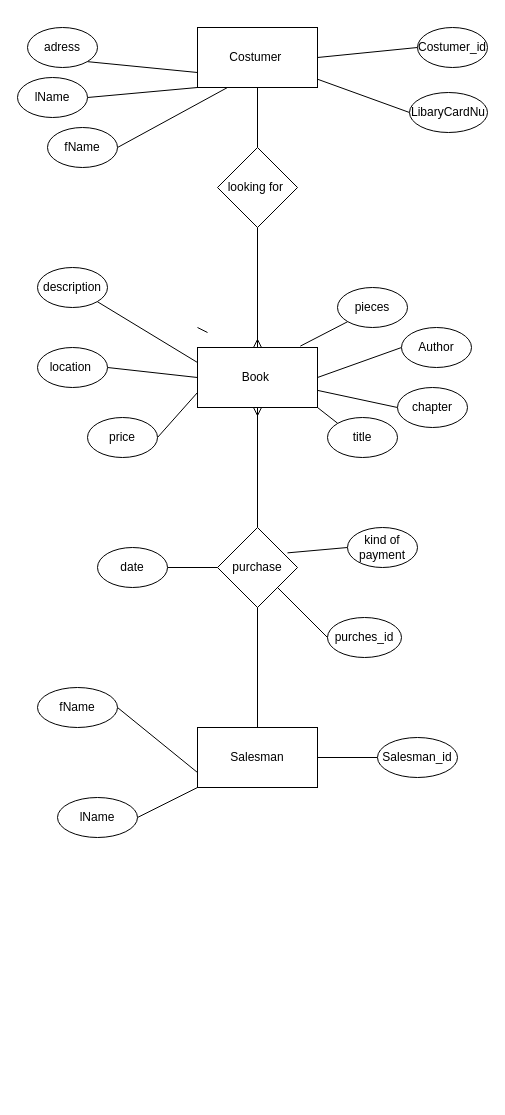
Above: Ex1.drawio in Adipe92/BE-Database-Day1 (draw.io), before the change. Source tidied: cells renumbered, new cells numbered last; positions are measured from the earlier drawing's top-left corner, leaving out a move shared by most shapes. Both pictures are drawn from the tidied source at 100%, with x=0, y=0 at pixel (17, 27).
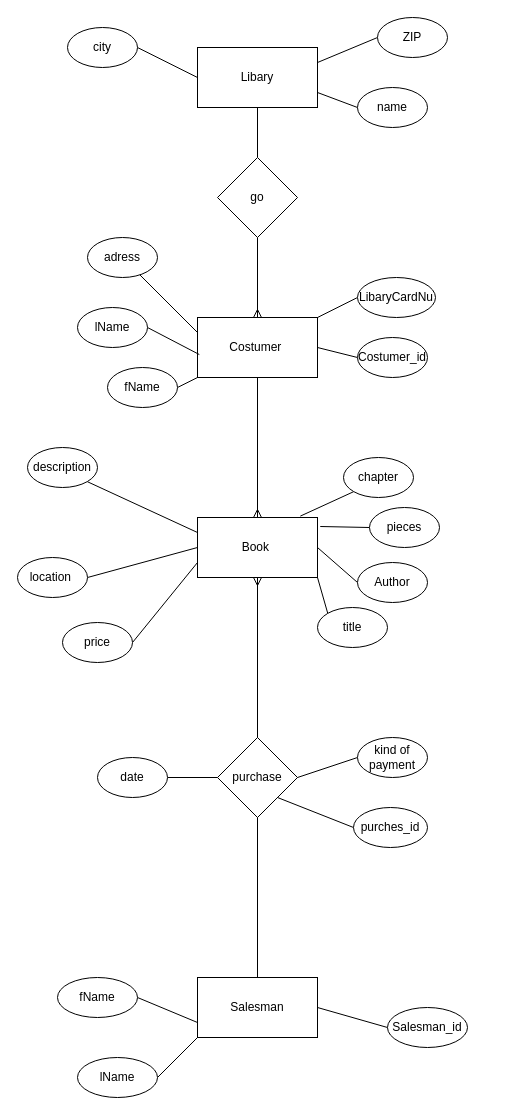
The same page after the edit.

Change to the diagram source:
```diff
@@
-    <mxCell id="3" style="edgeStyle=none;html=1;endArrow=none;endFill=0;" parent="1" edge="1">
-      <mxGeometry relative="1" as="geometry">
-        <mxPoint x="190" y="305" as="sourcePoint" />
-        <mxPoint x="180" y="300" as="targetPoint" />
-      </mxGeometry>
-    </mxCell>
     <mxCell id="4" value="Book&amp;nbsp;" style="rounded=0;whiteSpace=wrap;html=1;" parent="1" vertex="1">
-      <mxGeometry x="180" y="320" width="120" height="60" as="geometry" />
+      <mxGeometry x="180" y="490" width="120" height="60" as="geometry" />
     </mxCell>
-    <mxCell id="5" style="edgeStyle=none;html=1;exitX=0.5;exitY=1;exitDx=0;exitDy=0;entryX=0.5;entryY=0;entryDx=0;entryDy=0;endArrow=none;endFill=0;" parent="1" edge="1" source="6" target="10">
-      <mxGeometry relative="1" as="geometry" />
-    </mxCell>
+    <mxCell id="50" style="edgeStyle=none;html=1;exitX=0;exitY=0.25;exitDx=0;exitDy=0;startArrow=none;startFill=0;endArrow=none;endFill=0;" parent="1" edge="1" source="6" target="19">
+      <mxGeometry relative="1" as="geometry" />
+    </mxCell>
+    <mxCell id="51" style="edgeStyle=none;html=1;exitX=0.5;exitY=1;exitDx=0;exitDy=0;entryX=0.5;entryY=0;entryDx=0;entryDy=0;startArrow=none;startFill=0;endArrow=ERmany;endFill=0;" parent="1" edge="1" source="6" target="4">
+      <mxGeometry relative="1" as="geometry" />
+    </mxCell>
     <mxCell id="6" value="Costumer&amp;nbsp;" style="rounded=0;whiteSpace=wrap;html=1;" parent="1" vertex="1">
-      <mxGeometry x="180" width="120" height="60" as="geometry" />
+      <mxGeometry x="180" y="290" width="120" height="60" as="geometry" />
     </mxCell>
@@
     <mxCell id="8" value="Salesman" style="rounded=0;whiteSpace=wrap;html=1;" parent="1" vertex="1">
-      <mxGeometry x="180" y="700" width="120" height="60" as="geometry" />
+      <mxGeometry x="180" y="950" width="120" height="60" as="geometry" />
     </mxCell>
-    <mxCell id="9" style="edgeStyle=none;html=1;exitX=0.5;exitY=1;exitDx=0;exitDy=0;endArrow=ERmany;endFill=0;" parent="1" edge="1" source="10" target="4">
-      <mxGeometry relative="1" as="geometry" />
-    </mxCell>
-    <mxCell id="10" value="looking for&amp;nbsp;" style="rhombus;whiteSpace=wrap;html=1;" parent="1" vertex="1">
-      <mxGeometry x="200" y="120" width="80" height="80" as="geometry" />
-    </mxCell>
     <mxCell id="11" style="edgeStyle=none;html=1;exitX=0.5;exitY=1;exitDx=0;exitDy=0;endArrow=none;endFill=0;" parent="1" edge="1" source="12">
       <mxGeometry relative="1" as="geometry">
         <mxPoint x="240" y="570" as="targetPoint" />
+        <Array as="points">
+          <mxPoint x="240" y="560" />
+        </Array>
       </mxGeometry>
     </mxCell>
     <mxCell id="12" value="purchase" style="rhombus;whiteSpace=wrap;html=1;" parent="1" vertex="1">
-      <mxGeometry x="200" y="500" width="80" height="80" as="geometry" />
+      <mxGeometry x="200" y="710" width="80" height="80" as="geometry" />
     </mxCell>
@@
     <mxCell id="14" value="Costumer_id" style="ellipse;whiteSpace=wrap;html=1;" parent="1" vertex="1">
-      <mxGeometry x="400" width="70" height="40" as="geometry" />
+      <mxGeometry x="340" y="310" width="70" height="40" as="geometry" />
     </mxCell>
@@
     <mxCell id="16" value="LibaryCardNu" style="ellipse;whiteSpace=wrap;html=1;" parent="1" vertex="1">
-      <mxGeometry x="392" y="65" width="78" height="40" as="geometry" />
+      <mxGeometry x="340" y="250" width="78" height="40" as="geometry" />
     </mxCell>
@@
-    <mxCell id="18" style="edgeStyle=none;html=1;exitX=1;exitY=1;exitDx=0;exitDy=0;entryX=0;entryY=0.75;entryDx=0;entryDy=0;endArrow=none;endFill=0;" parent="1" edge="1" source="19" target="6">
-      <mxGeometry relative="1" as="geometry" />
-    </mxCell>
     <mxCell id="19" value="adress" style="ellipse;whiteSpace=wrap;html=1;" parent="1" vertex="1">
-      <mxGeometry x="10" width="70" height="40" as="geometry" />
+      <mxGeometry x="70" y="210" width="70" height="40" as="geometry" />
     </mxCell>
@@
     <mxCell id="21" value="Author" style="ellipse;whiteSpace=wrap;html=1;" parent="1" vertex="1">
-      <mxGeometry x="384" y="300" width="70" height="40" as="geometry" />
+      <mxGeometry x="340" y="535" width="70" height="40" as="geometry" />
     </mxCell>
-    <mxCell id="22" style="edgeStyle=none;html=1;exitX=0;exitY=0.5;exitDx=0;exitDy=0;endArrow=none;endFill=0;" parent="1" edge="1" source="23" target="4">
-      <mxGeometry relative="1" as="geometry" />
-    </mxCell>
-    <mxCell id="23" value="chapter" style="ellipse;whiteSpace=wrap;html=1;" parent="1" vertex="1">
-      <mxGeometry x="380" y="360" width="70" height="40" as="geometry" />
-    </mxCell>
@@
     <mxCell id="25" value="price" style="ellipse;whiteSpace=wrap;html=1;" parent="1" vertex="1">
-      <mxGeometry x="70" y="390" width="70" height="40" as="geometry" />
+      <mxGeometry x="45" y="595" width="70" height="40" as="geometry" />
     </mxCell>
@@
     <mxCell id="27" value="location&amp;nbsp;" style="ellipse;whiteSpace=wrap;html=1;" parent="1" vertex="1">
-      <mxGeometry x="20" y="320" width="70" height="40" as="geometry" />
+      <mxGeometry y="530" width="70" height="40" as="geometry" />
     </mxCell>
@@
     <mxCell id="29" value="title" style="ellipse;whiteSpace=wrap;html=1;" parent="1" vertex="1">
-      <mxGeometry x="310" y="390" width="70" height="40" as="geometry" />
+      <mxGeometry x="300" y="580" width="70" height="40" as="geometry" />
     </mxCell>
@@
     <mxCell id="31" value="description" style="ellipse;whiteSpace=wrap;html=1;" parent="1" vertex="1">
-      <mxGeometry x="20" y="240" width="70" height="40" as="geometry" />
+      <mxGeometry x="10" y="420" width="70" height="40" as="geometry" />
     </mxCell>
-    <mxCell id="32" style="edgeStyle=none;html=1;exitX=0;exitY=1;exitDx=0;exitDy=0;entryX=0.857;entryY=-0.023;entryDx=0;entryDy=0;entryPerimeter=0;startArrow=none;startFill=0;endArrow=none;endFill=0;" parent="1" edge="1" source="33" target="4">
+    <mxCell id="32" style="edgeStyle=none;html=1;exitX=0;exitY=1;exitDx=0;exitDy=0;entryX=0.857;entryY=-0.023;entryDx=0;entryDy=0;entryPerimeter=0;startArrow=none;startFill=0;endArrow=none;endFill=0;" parent="1" edge="1" source="23" target="4">
       <mxGeometry relative="1" as="geometry" />
     </mxCell>
+    <mxCell id="52" style="edgeStyle=none;html=1;exitX=0;exitY=0.5;exitDx=0;exitDy=0;entryX=1.023;entryY=0.15;entryDx=0;entryDy=0;entryPerimeter=0;startArrow=none;startFill=0;endArrow=none;endFill=0;" parent="1" edge="1" source="33" target="4">
+      <mxGeometry relative="1" as="geometry" />
+    </mxCell>
     <mxCell id="33" value="pieces" style="ellipse;whiteSpace=wrap;html=1;" parent="1" vertex="1">
-      <mxGeometry x="320" y="260" width="70" height="40" as="geometry" />
+      <mxGeometry x="352" y="480" width="70" height="40" as="geometry" />
     </mxCell>
@@
     <mxCell id="35" value="Salesman_id" style="ellipse;whiteSpace=wrap;html=1;" parent="1" vertex="1">
-      <mxGeometry x="360" y="710" width="80" height="40" as="geometry" />
+      <mxGeometry x="370" y="980" width="80" height="40" as="geometry" />
     </mxCell>
-    <mxCell id="36" style="edgeStyle=none;html=1;exitX=1;exitY=0.5;exitDx=0;exitDy=0;entryX=0;entryY=1;entryDx=0;entryDy=0;startArrow=none;startFill=0;endArrow=none;endFill=0;" parent="1" edge="1" source="37" target="6">
+    <mxCell id="36" style="edgeStyle=none;html=1;exitX=1;exitY=0.5;exitDx=0;exitDy=0;entryX=0.015;entryY=0.617;entryDx=0;entryDy=0;entryPerimeter=0;startArrow=none;startFill=0;endArrow=none;endFill=0;" parent="1" edge="1" source="37" target="6">
       <mxGeometry relative="1" as="geometry" />
     </mxCell>
     <mxCell id="37" value="lName" style="ellipse;whiteSpace=wrap;html=1;" parent="1" vertex="1">
-      <mxGeometry y="50" width="70" height="40" as="geometry" />
+      <mxGeometry x="60" y="280" width="70" height="40" as="geometry" />
     </mxCell>
-    <mxCell id="38" style="edgeStyle=none;html=1;exitX=1;exitY=0.5;exitDx=0;exitDy=0;entryX=0.25;entryY=1;entryDx=0;entryDy=0;startArrow=none;startFill=0;endArrow=none;endFill=0;" parent="1" edge="1" source="39" target="6">
+    <mxCell id="38" style="edgeStyle=none;html=1;exitX=1;exitY=0.5;exitDx=0;exitDy=0;entryX=0;entryY=1;entryDx=0;entryDy=0;startArrow=none;startFill=0;endArrow=none;endFill=0;" parent="1" edge="1" source="39" target="6">
       <mxGeometry relative="1" as="geometry" />
     </mxCell>
     <mxCell id="39" value="fName" style="ellipse;whiteSpace=wrap;html=1;" parent="1" vertex="1">
-      <mxGeometry x="30" y="100" width="70" height="40" as="geometry" />
+      <mxGeometry x="90" y="340" width="70" height="40" as="geometry" />
     </mxCell>
@@
     <mxCell id="41" value="purches_id" style="ellipse;whiteSpace=wrap;html=1;" parent="1" vertex="1">
-      <mxGeometry x="310" y="590" width="74" height="40" as="geometry" />
+      <mxGeometry x="336" y="780" width="74" height="40" as="geometry" />
     </mxCell>
@@
     <mxCell id="43" value="date" style="ellipse;whiteSpace=wrap;html=1;" parent="1" vertex="1">
-      <mxGeometry x="80" y="520" width="70" height="40" as="geometry" />
+      <mxGeometry x="80" y="730" width="70" height="40" as="geometry" />
     </mxCell>
-    <mxCell id="44" style="edgeStyle=none;html=1;exitX=0;exitY=0.5;exitDx=0;exitDy=0;entryX=0.875;entryY=0.317;entryDx=0;entryDy=0;entryPerimeter=0;startArrow=none;startFill=0;endArrow=none;endFill=0;" parent="1" edge="1" source="45" target="12">
+    <mxCell id="44" style="edgeStyle=none;html=1;exitX=0;exitY=0.5;exitDx=0;exitDy=0;entryX=1;entryY=0.5;entryDx=0;entryDy=0;startArrow=none;startFill=0;endArrow=none;endFill=0;" parent="1" edge="1" source="45" target="12">
       <mxGeometry relative="1" as="geometry" />
     </mxCell>
     <mxCell id="45" value="kind of payment" style="ellipse;whiteSpace=wrap;html=1;" parent="1" vertex="1">
-      <mxGeometry x="330" y="500" width="70" height="40" as="geometry" />
+      <mxGeometry x="340" y="710" width="70" height="40" as="geometry" />
     </mxCell>
@@
     <mxCell id="47" value="fName" style="ellipse;whiteSpace=wrap;html=1;" parent="1" vertex="1">
-      <mxGeometry x="20" y="660" width="80" height="40" as="geometry" />
+      <mxGeometry x="40" y="950" width="80" height="40" as="geometry" />
     </mxCell>
@@
     <mxCell id="49" value="lName" style="ellipse;whiteSpace=wrap;html=1;" parent="1" vertex="1">
-      <mxGeometry x="40" y="770" width="80" height="40" as="geometry" />
+      <mxGeometry x="60" y="1030" width="80" height="40" as="geometry" />
     </mxCell>
+    <mxCell id="23" value="chapter" style="ellipse;whiteSpace=wrap;html=1;" parent="1" vertex="1">
+      <mxGeometry x="326" y="430" width="70" height="40" as="geometry" />
+    </mxCell>
+    <mxCell id="53" style="edgeStyle=none;html=1;exitX=0.5;exitY=1;exitDx=0;exitDy=0;entryX=0.5;entryY=0;entryDx=0;entryDy=0;startArrow=none;startFill=0;endArrow=none;endFill=0;" parent="1" edge="1" source="54" target="10">
+      <mxGeometry relative="1" as="geometry" />
+    </mxCell>
+    <mxCell id="54" value="Libary" style="rounded=0;whiteSpace=wrap;html=1;" parent="1" vertex="1">
+      <mxGeometry x="180" y="20" width="120" height="60" as="geometry" />
+    </mxCell>
+    <mxCell id="55" style="edgeStyle=none;html=1;exitX=0;exitY=0.5;exitDx=0;exitDy=0;entryX=1;entryY=0.25;entryDx=0;entryDy=0;startArrow=none;startFill=0;endArrow=none;endFill=0;" parent="1" edge="1" source="56" target="54">
+      <mxGeometry relative="1" as="geometry" />
+    </mxCell>
+    <mxCell id="56" value="ZIP" style="ellipse;whiteSpace=wrap;html=1;" parent="1" vertex="1">
+      <mxGeometry x="360" y="-10" width="70" height="40" as="geometry" />
+    </mxCell>
+    <mxCell id="57" style="edgeStyle=none;html=1;exitX=1;exitY=0.5;exitDx=0;exitDy=0;entryX=0;entryY=0.5;entryDx=0;entryDy=0;startArrow=none;startFill=0;endArrow=none;endFill=0;" parent="1" edge="1" source="58" target="54">
+      <mxGeometry relative="1" as="geometry" />
+    </mxCell>
+    <mxCell id="58" value="city" style="ellipse;whiteSpace=wrap;html=1;" parent="1" vertex="1">
+      <mxGeometry x="50" width="70" height="40" as="geometry" />
+    </mxCell>
+    <mxCell id="59" style="edgeStyle=none;html=1;exitX=0;exitY=0.5;exitDx=0;exitDy=0;entryX=1;entryY=0.75;entryDx=0;entryDy=0;startArrow=none;startFill=0;endArrow=none;endFill=0;" parent="1" edge="1" source="60" target="54">
+      <mxGeometry relative="1" as="geometry" />
+    </mxCell>
+    <mxCell id="60" value="name" style="ellipse;whiteSpace=wrap;html=1;" parent="1" vertex="1">
+      <mxGeometry x="340" y="60" width="70" height="40" as="geometry" />
+    </mxCell>
+    <mxCell id="61" style="edgeStyle=none;html=1;exitX=0.5;exitY=1;exitDx=0;exitDy=0;entryX=0.5;entryY=0;entryDx=0;entryDy=0;startArrow=none;startFill=0;endArrow=ERmany;endFill=0;" parent="1" edge="1" source="10" target="6">
+      <mxGeometry relative="1" as="geometry" />
+    </mxCell>
+    <mxCell id="10" value="go" style="rhombus;whiteSpace=wrap;html=1;" parent="1" vertex="1">
+      <mxGeometry x="200" y="130" width="80" height="80" as="geometry" />
+    </mxCell>
```
